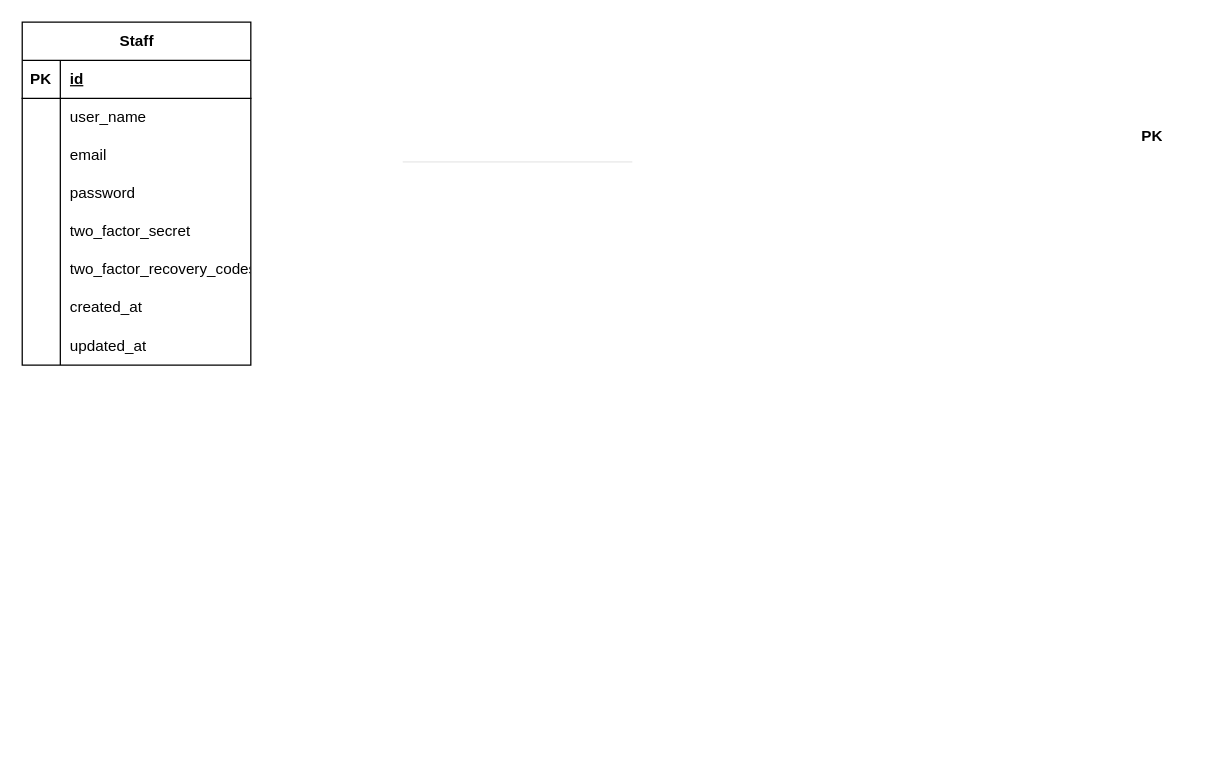
bam600/Work_hours_system keeps this draw.io diagram as frimaapp.drawio. Above is the earlier version. Source tidied: cells renumbered, new cells numbered last; positions are measured from the earlier drawing's top-left corner, leaving out a move shared by most shapes. Both pictures are drawn from the tidied source at 127%, with x=0, y=0 at pixel (22, 22).
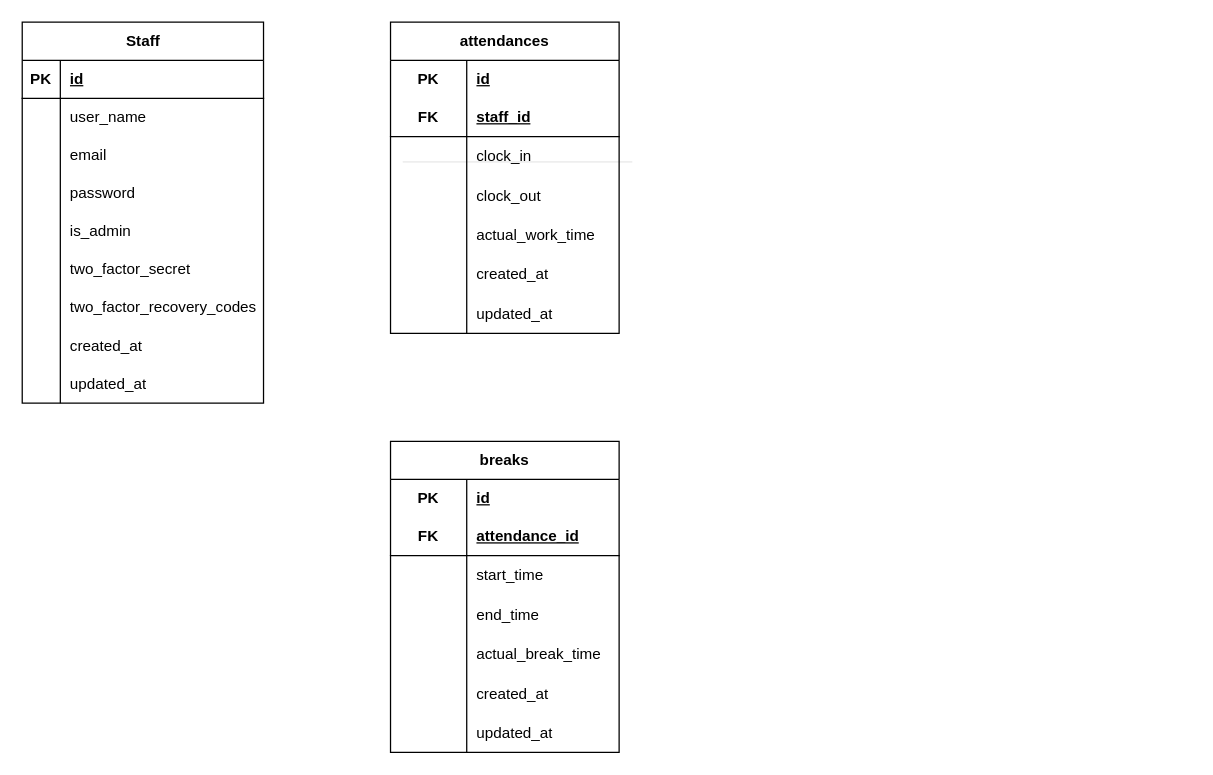
The same diagram, later.

Change to the diagram source:
```diff
@@
-    <mxCell id="3" value="PK" style="shape=partialRectangle;fillColor=none;top=0;left=0;bottom=0;right=0;fontStyle=1;overflow=hidden;html=1;whiteSpace=wrap;" parent="1" vertex="1">
-      <mxGeometry x="860" y="80" width="60" height="20" as="geometry" />
-    </mxCell>
     <mxCell id="4" value="Staff" style="shape=table;startSize=30;childLayout=tableLayout;rowLines=0;fontStyle=1;align=center;html=1;" parent="1" vertex="1">
-      <mxGeometry width="180" height="270" as="geometry" />
+      <mxGeometry width="190" height="300" as="geometry" />
     </mxCell>
     <mxCell id="5" style="shape=tableRow;horizontal=0;startSize=0;swimlaneHead=0;swimlaneBody=0;fillColor=none;top=0;left=0;right=0;bottom=1;" parent="4" vertex="1">
-      <mxGeometry y="30" width="180" height="30" as="geometry" />
+      <mxGeometry y="30" width="190" height="30" as="geometry" />
     </mxCell>
@@
     <mxCell id="7" value="id" style="shape=partialRectangle;fillColor=none;top=0;left=0;bottom=0;right=0;align=left;spacingLeft=6;fontStyle=5;overflow=hidden;whiteSpace=wrap;html=1;" parent="5" vertex="1">
-      <mxGeometry x="30" width="150" height="30" as="geometry" />
+      <mxGeometry x="30" width="160" height="30" as="geometry" />
     </mxCell>
     <mxCell id="8" style="shape=tableRow;horizontal=0;startSize=0;swimlaneHead=0;swimlaneBody=0;fillColor=none;top=0;left=0;right=0;bottom=0;" parent="4" vertex="1">
-      <mxGeometry y="60" width="180" height="30" as="geometry" />
+      <mxGeometry y="60" width="190" height="30" as="geometry" />
     </mxCell>
@@
     <mxCell id="10" value="user_name" style="shape=partialRectangle;fillColor=none;top=0;left=0;bottom=0;right=0;align=left;spacingLeft=6;overflow=hidden;whiteSpace=wrap;html=1;" parent="8" vertex="1">
-      <mxGeometry x="30" width="150" height="30" as="geometry" />
+      <mxGeometry x="30" width="160" height="30" as="geometry" />
     </mxCell>
     <mxCell id="11" style="shape=tableRow;horizontal=0;startSize=0;swimlaneHead=0;swimlaneBody=0;fillColor=none;top=0;left=0;right=0;bottom=0;" parent="4" vertex="1">
-      <mxGeometry y="90" width="180" height="30" as="geometry" />
+      <mxGeometry y="90" width="190" height="30" as="geometry" />
     </mxCell>
@@
     <mxCell id="13" value="email" style="shape=partialRectangle;fillColor=none;top=0;left=0;bottom=0;right=0;align=left;spacingLeft=6;overflow=hidden;whiteSpace=wrap;html=1;" parent="11" vertex="1">
-      <mxGeometry x="30" width="150" height="30" as="geometry" />
+      <mxGeometry x="30" width="160" height="30" as="geometry" />
     </mxCell>
     <mxCell id="14" style="shape=tableRow;horizontal=0;startSize=0;swimlaneHead=0;swimlaneBody=0;fillColor=none;top=0;left=0;right=0;bottom=0;" parent="4" vertex="1">
-      <mxGeometry y="120" width="180" height="30" as="geometry" />
+      <mxGeometry y="120" width="190" height="30" as="geometry" />
     </mxCell>
@@
     <mxCell id="16" value="password" style="shape=partialRectangle;fillColor=none;top=0;left=0;bottom=0;right=0;align=left;spacingLeft=6;overflow=hidden;whiteSpace=wrap;html=1;" parent="14" vertex="1">
-      <mxGeometry x="30" width="150" height="30" as="geometry" />
+      <mxGeometry x="30" width="160" height="30" as="geometry" />
     </mxCell>
     <mxCell id="17" style="shape=tableRow;horizontal=0;startSize=0;swimlaneHead=0;swimlaneBody=0;fillColor=none;top=0;left=0;right=0;bottom=0;" parent="4" vertex="1">
-      <mxGeometry y="150" width="180" height="30" as="geometry" />
+      <mxGeometry y="150" width="190" height="30" as="geometry" />
     </mxCell>
@@
-    <mxCell id="19" value="two_factor_secret" style="shape=partialRectangle;fillColor=none;top=0;left=0;bottom=0;right=0;align=left;spacingLeft=6;overflow=hidden;whiteSpace=wrap;html=1;" parent="17" vertex="1">
-      <mxGeometry x="30" width="150" height="30" as="geometry" />
+    <mxCell id="19" value="is_admin" style="shape=partialRectangle;fillColor=none;top=0;left=0;bottom=0;right=0;align=left;spacingLeft=6;overflow=hidden;whiteSpace=wrap;html=1;" parent="17" vertex="1">
+      <mxGeometry x="30" width="160" height="30" as="geometry" />
     </mxCell>
     <mxCell id="20" style="shape=tableRow;horizontal=0;startSize=0;swimlaneHead=0;swimlaneBody=0;fillColor=none;top=0;left=0;right=0;bottom=0;" parent="4" vertex="1">
-      <mxGeometry y="180" width="180" height="30" as="geometry" />
+      <mxGeometry y="180" width="190" height="30" as="geometry" />
     </mxCell>
@@
-    <mxCell id="22" value="two_factor_recovery_codes" style="shape=partialRectangle;fillColor=none;top=0;left=0;bottom=0;right=0;align=left;spacingLeft=6;overflow=hidden;whiteSpace=wrap;html=1;" parent="20" vertex="1">
-      <mxGeometry x="30" width="150" height="30" as="geometry" />
+    <mxCell id="22" value="&lt;span style=&quot;color: rgb(0, 0, 0);&quot;&gt;two_factor_secret&lt;/span&gt;" style="shape=partialRectangle;fillColor=none;top=0;left=0;bottom=0;right=0;align=left;spacingLeft=6;overflow=hidden;whiteSpace=wrap;html=1;" parent="20" vertex="1">
+      <mxGeometry x="30" width="160" height="30" as="geometry" />
     </mxCell>
     <mxCell id="23" style="shape=tableRow;horizontal=0;startSize=0;swimlaneHead=0;swimlaneBody=0;fillColor=none;top=0;left=0;right=0;bottom=0;" parent="4" vertex="1">
-      <mxGeometry y="210" width="180" height="30" as="geometry" />
+      <mxGeometry y="210" width="190" height="30" as="geometry" />
     </mxCell>
@@
-    <mxCell id="25" value="created_at" style="shape=partialRectangle;fillColor=none;top=0;left=0;bottom=0;right=0;align=left;spacingLeft=6;overflow=hidden;whiteSpace=wrap;html=1;" parent="23" vertex="1">
-      <mxGeometry x="30" width="150" height="30" as="geometry" />
+    <mxCell id="25" value="&lt;span style=&quot;color: rgb(0, 0, 0);&quot;&gt;two_factor_recovery_codes&lt;/span&gt;" style="shape=partialRectangle;fillColor=none;top=0;left=0;bottom=0;right=0;align=left;spacingLeft=6;overflow=hidden;whiteSpace=wrap;html=1;" parent="23" vertex="1">
+      <mxGeometry x="30" width="160" height="30" as="geometry" />
     </mxCell>
     <mxCell id="26" style="shape=tableRow;horizontal=0;startSize=0;swimlaneHead=0;swimlaneBody=0;fillColor=none;top=0;left=0;right=0;bottom=0;" parent="4" vertex="1">
-      <mxGeometry y="240" width="180" height="30" as="geometry" />
+      <mxGeometry y="240" width="190" height="30" as="geometry" />
     </mxCell>
@@
-    <mxCell id="28" value="updated_at" style="shape=partialRectangle;fillColor=none;top=0;left=0;bottom=0;right=0;align=left;spacingLeft=6;overflow=hidden;whiteSpace=wrap;html=1;" parent="26" vertex="1">
-      <mxGeometry x="30" width="150" height="30" as="geometry" />
+    <mxCell id="28" value="&lt;span style=&quot;color: rgb(0, 0, 0);&quot;&gt;created_at&lt;/span&gt;" style="shape=partialRectangle;fillColor=none;top=0;left=0;bottom=0;right=0;align=left;spacingLeft=6;overflow=hidden;whiteSpace=wrap;html=1;" parent="26" vertex="1">
+      <mxGeometry x="30" width="160" height="30" as="geometry" />
     </mxCell>
+    <mxCell id="29" style="shape=tableRow;horizontal=0;startSize=0;swimlaneHead=0;swimlaneBody=0;fillColor=none;top=0;left=0;right=0;bottom=0;" parent="4" vertex="1">
+      <mxGeometry y="270" width="190" height="30" as="geometry" />
+    </mxCell>
+    <mxCell id="30" style="shape=partialRectangle;fillColor=none;top=0;left=0;bottom=0;right=0;overflow=hidden;whiteSpace=wrap;html=1;" parent="29" vertex="1">
+      <mxGeometry width="30" height="30" as="geometry" />
+    </mxCell>
+    <mxCell id="31" value="&lt;span style=&quot;color: rgb(0, 0, 0);&quot;&gt;updated_at&lt;/span&gt;" style="shape=partialRectangle;fillColor=none;top=0;left=0;bottom=0;right=0;align=left;spacingLeft=6;overflow=hidden;whiteSpace=wrap;html=1;" parent="29" vertex="1">
+      <mxGeometry x="30" width="160" height="30" as="geometry" />
+    </mxCell>
+    <mxCell id="32" value="attendances" style="shape=table;startSize=30;childLayout=tableLayout;rowLines=0;fontStyle=1;align=center;html=1;whiteSpace=wrap;" parent="1" vertex="1">
+      <mxGeometry x="290" width="180" height="245" as="geometry" />
+    </mxCell>
+    <mxCell id="33" style="shape=tableRow;horizontal=0;startSize=0;swimlaneHead=0;swimlaneBody=0;fillColor=none;top=0;left=0;right=0;bottom=0;html=1;" parent="32" vertex="1">
+      <mxGeometry y="30" width="180" height="30" as="geometry" />
+    </mxCell>
+    <mxCell id="34" value="PK" style="shape=partialRectangle;fillColor=none;top=0;left=0;bottom=0;right=0;fontStyle=1;overflow=hidden;html=1;whiteSpace=wrap;" parent="33" vertex="1">
+      <mxGeometry width="60" height="30" as="geometry" />
+    </mxCell>
+    <mxCell id="35" value="id" style="shape=partialRectangle;fillColor=none;top=0;left=0;bottom=0;right=0;align=left;spacingLeft=6;fontStyle=5;overflow=hidden;html=1;whiteSpace=wrap;" parent="33" vertex="1">
+      <mxGeometry x="60" width="120" height="30" as="geometry" />
+    </mxCell>
+    <mxCell id="36" style="shape=tableRow;horizontal=0;startSize=0;swimlaneHead=0;swimlaneBody=0;fillColor=none;top=0;left=0;right=0;bottom=1;" parent="32" vertex="1">
+      <mxGeometry y="60" width="180" height="30" as="geometry" />
+    </mxCell>
+    <mxCell id="37" value="FK" style="shape=partialRectangle;fillColor=none;top=0;left=0;bottom=0;right=0;fontStyle=1;overflow=hidden;whiteSpace=wrap;html=1;" parent="36" vertex="1">
+      <mxGeometry width="60" height="30" as="geometry" />
+    </mxCell>
+    <mxCell id="38" value="staff_id" style="shape=partialRectangle;fillColor=none;top=0;left=0;bottom=0;right=0;align=left;spacingLeft=6;fontStyle=5;overflow=hidden;whiteSpace=wrap;html=1;" parent="36" vertex="1">
+      <mxGeometry x="60" width="120" height="30" as="geometry" />
+    </mxCell>
+    <mxCell id="39" style="shape=tableRow;horizontal=0;startSize=0;swimlaneHead=0;swimlaneBody=0;fillColor=none;top=0;left=0;right=0;bottom=0;html=1;" parent="32" vertex="1">
+      <mxGeometry y="90" width="180" height="31" as="geometry" />
+    </mxCell>
+    <mxCell id="40" style="shape=partialRectangle;fillColor=none;top=0;left=0;bottom=0;right=0;overflow=hidden;html=1;whiteSpace=wrap;" parent="39" vertex="1">
+      <mxGeometry width="60" height="31" as="geometry" />
+    </mxCell>
+    <mxCell id="41" value="clock_in" style="shape=partialRectangle;fillColor=none;top=0;left=0;bottom=0;right=0;align=left;spacingLeft=6;overflow=hidden;html=1;whiteSpace=wrap;" parent="39" vertex="1">
+      <mxGeometry x="60" width="120" height="31" as="geometry" />
+    </mxCell>
+    <mxCell id="42" style="shape=tableRow;horizontal=0;startSize=0;swimlaneHead=0;swimlaneBody=0;fillColor=none;top=0;left=0;right=0;bottom=0;html=1;" parent="32" vertex="1">
+      <mxGeometry y="121" width="180" height="31" as="geometry" />
+    </mxCell>
+    <mxCell id="43" style="shape=partialRectangle;fillColor=none;top=0;left=0;bottom=0;right=0;overflow=hidden;html=1;whiteSpace=wrap;" parent="42" vertex="1">
+      <mxGeometry width="60" height="31" as="geometry" />
+    </mxCell>
+    <mxCell id="44" value="clock_out" style="shape=partialRectangle;fillColor=none;top=0;left=0;bottom=0;right=0;align=left;spacingLeft=6;overflow=hidden;html=1;whiteSpace=wrap;" parent="42" vertex="1">
+      <mxGeometry x="60" width="120" height="31" as="geometry" />
+    </mxCell>
+    <mxCell id="45" style="shape=tableRow;horizontal=0;startSize=0;swimlaneHead=0;swimlaneBody=0;fillColor=none;top=0;left=0;right=0;bottom=0;html=1;" parent="32" vertex="1">
+      <mxGeometry y="152" width="180" height="31" as="geometry" />
+    </mxCell>
+    <mxCell id="46" style="shape=partialRectangle;fillColor=none;top=0;left=0;bottom=0;right=0;overflow=hidden;html=1;whiteSpace=wrap;" parent="45" vertex="1">
+      <mxGeometry width="60" height="31" as="geometry" />
+    </mxCell>
+    <mxCell id="47" value="actual_work_time" style="shape=partialRectangle;fillColor=none;top=0;left=0;bottom=0;right=0;align=left;spacingLeft=6;overflow=hidden;html=1;whiteSpace=wrap;" parent="45" vertex="1">
+      <mxGeometry x="60" width="120" height="31" as="geometry" />
+    </mxCell>
+    <mxCell id="48" style="shape=tableRow;horizontal=0;startSize=0;swimlaneHead=0;swimlaneBody=0;fillColor=none;top=0;left=0;right=0;bottom=0;html=1;" parent="32" vertex="1">
+      <mxGeometry y="183" width="180" height="31" as="geometry" />
+    </mxCell>
+    <mxCell id="49" style="shape=partialRectangle;fillColor=none;top=0;left=0;bottom=0;right=0;overflow=hidden;html=1;whiteSpace=wrap;" parent="48" vertex="1">
+      <mxGeometry width="60" height="31" as="geometry" />
+    </mxCell>
+    <mxCell id="50" value="created_at" style="shape=partialRectangle;fillColor=none;top=0;left=0;bottom=0;right=0;align=left;spacingLeft=6;overflow=hidden;html=1;whiteSpace=wrap;" parent="48" vertex="1">
+      <mxGeometry x="60" width="120" height="31" as="geometry" />
+    </mxCell>
+    <mxCell id="51" style="shape=tableRow;horizontal=0;startSize=0;swimlaneHead=0;swimlaneBody=0;fillColor=none;top=0;left=0;right=0;bottom=0;html=1;" parent="32" vertex="1">
+      <mxGeometry y="214" width="180" height="31" as="geometry" />
+    </mxCell>
+    <mxCell id="52" style="shape=partialRectangle;fillColor=none;top=0;left=0;bottom=0;right=0;overflow=hidden;html=1;whiteSpace=wrap;" parent="51" vertex="1">
+      <mxGeometry width="60" height="31" as="geometry" />
+    </mxCell>
+    <mxCell id="53" value="updated_at" style="shape=partialRectangle;fillColor=none;top=0;left=0;bottom=0;right=0;align=left;spacingLeft=6;overflow=hidden;html=1;whiteSpace=wrap;" parent="51" vertex="1">
+      <mxGeometry x="60" width="120" height="31" as="geometry" />
+    </mxCell>
+    <mxCell id="54" value="breaks" style="shape=table;startSize=30;childLayout=tableLayout;rowLines=0;fontStyle=1;align=center;html=1;whiteSpace=wrap;" parent="1" vertex="1">
+      <mxGeometry x="290" y="330" width="180" height="245" as="geometry" />
+    </mxCell>
+    <mxCell id="55" style="shape=tableRow;horizontal=0;startSize=0;swimlaneHead=0;swimlaneBody=0;fillColor=none;top=0;left=0;right=0;bottom=0;html=1;" parent="54" vertex="1">
+      <mxGeometry y="30" width="180" height="30" as="geometry" />
+    </mxCell>
+    <mxCell id="56" value="PK" style="shape=partialRectangle;fillColor=none;top=0;left=0;bottom=0;right=0;fontStyle=1;overflow=hidden;html=1;whiteSpace=wrap;" parent="55" vertex="1">
+      <mxGeometry width="60" height="30" as="geometry" />
+    </mxCell>
+    <mxCell id="57" value="id" style="shape=partialRectangle;fillColor=none;top=0;left=0;bottom=0;right=0;align=left;spacingLeft=6;fontStyle=5;overflow=hidden;html=1;whiteSpace=wrap;" parent="55" vertex="1">
+      <mxGeometry x="60" width="120" height="30" as="geometry" />
+    </mxCell>
+    <mxCell id="58" style="shape=tableRow;horizontal=0;startSize=0;swimlaneHead=0;swimlaneBody=0;fillColor=none;top=0;left=0;right=0;bottom=1;" parent="54" vertex="1">
+      <mxGeometry y="60" width="180" height="30" as="geometry" />
+    </mxCell>
+    <mxCell id="59" value="FK" style="shape=partialRectangle;fillColor=none;top=0;left=0;bottom=0;right=0;fontStyle=1;overflow=hidden;whiteSpace=wrap;html=1;" parent="58" vertex="1">
+      <mxGeometry width="60" height="30" as="geometry" />
+    </mxCell>
+    <mxCell id="60" value="attendance_id" style="shape=partialRectangle;fillColor=none;top=0;left=0;bottom=0;right=0;align=left;spacingLeft=6;fontStyle=5;overflow=hidden;whiteSpace=wrap;html=1;" parent="58" vertex="1">
+      <mxGeometry x="60" width="120" height="30" as="geometry" />
+    </mxCell>
+    <mxCell id="61" style="shape=tableRow;horizontal=0;startSize=0;swimlaneHead=0;swimlaneBody=0;fillColor=none;top=0;left=0;right=0;bottom=0;html=1;" parent="54" vertex="1">
+      <mxGeometry y="90" width="180" height="31" as="geometry" />
+    </mxCell>
+    <mxCell id="62" style="shape=partialRectangle;fillColor=none;top=0;left=0;bottom=0;right=0;overflow=hidden;html=1;whiteSpace=wrap;" parent="61" vertex="1">
+      <mxGeometry width="60" height="31" as="geometry" />
+    </mxCell>
+    <mxCell id="63" value="start_time" style="shape=partialRectangle;fillColor=none;top=0;left=0;bottom=0;right=0;align=left;spacingLeft=6;overflow=hidden;html=1;whiteSpace=wrap;" parent="61" vertex="1">
+      <mxGeometry x="60" width="120" height="31" as="geometry" />
+    </mxCell>
+    <mxCell id="64" style="shape=tableRow;horizontal=0;startSize=0;swimlaneHead=0;swimlaneBody=0;fillColor=none;top=0;left=0;right=0;bottom=0;html=1;" parent="54" vertex="1">
+      <mxGeometry y="121" width="180" height="31" as="geometry" />
+    </mxCell>
+    <mxCell id="65" style="shape=partialRectangle;fillColor=none;top=0;left=0;bottom=0;right=0;overflow=hidden;html=1;whiteSpace=wrap;" parent="64" vertex="1">
+      <mxGeometry width="60" height="31" as="geometry" />
+    </mxCell>
+    <mxCell id="66" value="end_time" style="shape=partialRectangle;fillColor=none;top=0;left=0;bottom=0;right=0;align=left;spacingLeft=6;overflow=hidden;html=1;whiteSpace=wrap;" parent="64" vertex="1">
+      <mxGeometry x="60" width="120" height="31" as="geometry" />
+    </mxCell>
+    <mxCell id="67" style="shape=tableRow;horizontal=0;startSize=0;swimlaneHead=0;swimlaneBody=0;fillColor=none;top=0;left=0;right=0;bottom=0;html=1;" parent="54" vertex="1">
+      <mxGeometry y="152" width="180" height="31" as="geometry" />
+    </mxCell>
+    <mxCell id="68" style="shape=partialRectangle;fillColor=none;top=0;left=0;bottom=0;right=0;overflow=hidden;html=1;whiteSpace=wrap;" parent="67" vertex="1">
+      <mxGeometry width="60" height="31" as="geometry" />
+    </mxCell>
+    <mxCell id="69" value="actual_break_time" style="shape=partialRectangle;fillColor=none;top=0;left=0;bottom=0;right=0;align=left;spacingLeft=6;overflow=hidden;html=1;whiteSpace=wrap;" parent="67" vertex="1">
+      <mxGeometry x="60" width="120" height="31" as="geometry" />
+    </mxCell>
+    <mxCell id="70" style="shape=tableRow;horizontal=0;startSize=0;swimlaneHead=0;swimlaneBody=0;fillColor=none;top=0;left=0;right=0;bottom=0;html=1;" parent="54" vertex="1">
+      <mxGeometry y="183" width="180" height="31" as="geometry" />
+    </mxCell>
+    <mxCell id="71" style="shape=partialRectangle;fillColor=none;top=0;left=0;bottom=0;right=0;overflow=hidden;html=1;whiteSpace=wrap;" parent="70" vertex="1">
+      <mxGeometry width="60" height="31" as="geometry" />
+    </mxCell>
+    <mxCell id="72" value="created_at" style="shape=partialRectangle;fillColor=none;top=0;left=0;bottom=0;right=0;align=left;spacingLeft=6;overflow=hidden;html=1;whiteSpace=wrap;" parent="70" vertex="1">
+      <mxGeometry x="60" width="120" height="31" as="geometry" />
+    </mxCell>
+    <mxCell id="73" style="shape=tableRow;horizontal=0;startSize=0;swimlaneHead=0;swimlaneBody=0;fillColor=none;top=0;left=0;right=0;bottom=0;html=1;" parent="54" vertex="1">
+      <mxGeometry y="214" width="180" height="31" as="geometry" />
+    </mxCell>
+    <mxCell id="74" style="shape=partialRectangle;fillColor=none;top=0;left=0;bottom=0;right=0;overflow=hidden;html=1;whiteSpace=wrap;" parent="73" vertex="1">
+      <mxGeometry width="60" height="31" as="geometry" />
+    </mxCell>
+    <mxCell id="75" value="updated_at" style="shape=partialRectangle;fillColor=none;top=0;left=0;bottom=0;right=0;align=left;spacingLeft=6;overflow=hidden;html=1;whiteSpace=wrap;" parent="73" vertex="1">
+      <mxGeometry x="60" width="120" height="31" as="geometry" />
+    </mxCell>
```
